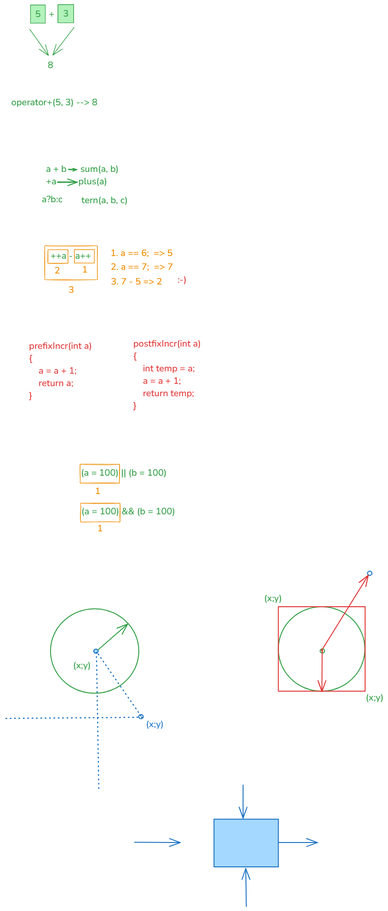
Above: img/03.operators.excalidraw.png in silvercodes/p53_cpp (Excalidraw), before the change. Source tidied: one line per element, renumbered; positions are measured from the earlier drawing's top-left corner, leaving out a move shared by most shapes.
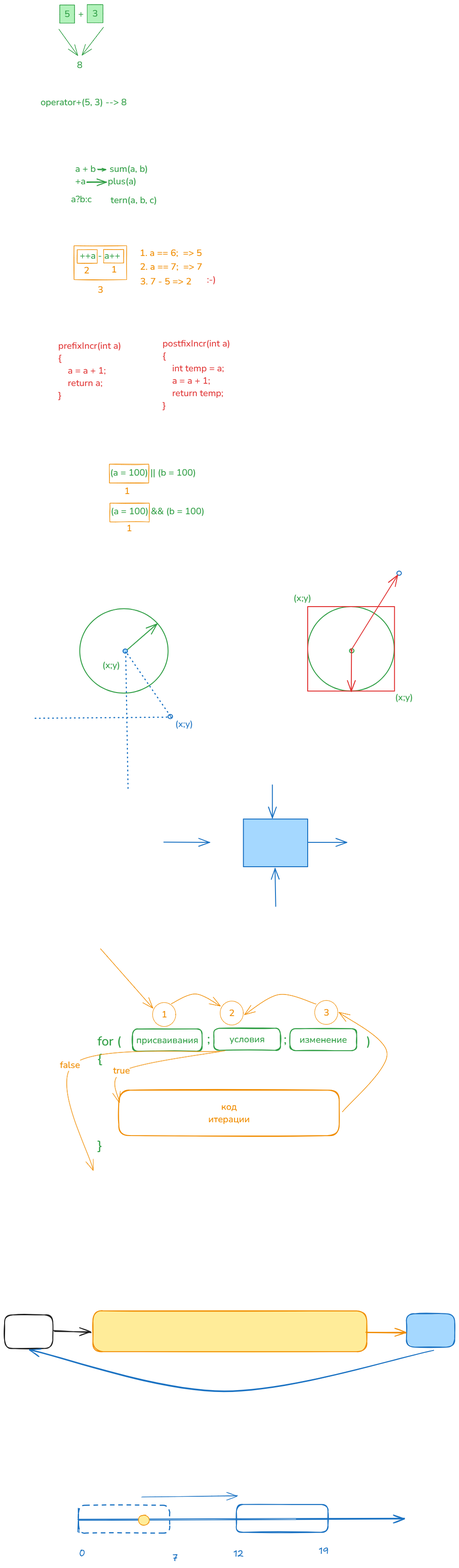
After the commit.

Diff of the diagram source:
```diff
@@ -56,3 +56,44 @@
 {"id": 55, "type": "arrow", "strokeColor": "#1971c2", "backgroundColor": "#a5d8ff", "fillStyle": "solid", "strokeWidth": 2, "strokeStyle": "dotted", "roughness": 0, "round": true, "from": 53, "x": 299, "y": 1550, "width": 299, "height": 3, "points": [[0, 0], [-299, 3]]}
 {"id": 56, "type": "arrow", "strokeColor": "#1971c2", "backgroundColor": "#a5d8ff", "fillStyle": "solid", "strokeWidth": 2, "strokeStyle": "dotted", "roughness": 0, "round": true, "from": 53, "to": 36, "x": 296, "y": 1547, "width": 95, "height": 138, "points": [[0, 0], [-95, -138]]}
 {"id": 57, "type": "text", "text": "(x;y)", "strokeColor": "#1971c2", "strokeWidth": 2, "roughness": 0, "fontSize": 20, "fontFamily": 6, "x": 307, "y": 1552, "width": 39, "height": 27}
+{"id": 58, "type": "text", "text": "for (                                                                         )\n{\n  \n\n\n  \n}", "strokeColor": "#2f9e44", "strokeWidth": 2, "roughness": 1, "fontSize": 28, "fontFamily": 6, "x": 138, "y": 2237, "width": 594, "height": 265}
+{"id": 59, "type": "rectangle", "strokeColor": "#2f9e44", "strokeWidth": 2, "roughness": 1, "round": true, "x": 215, "y": 2229, "width": 151, "height": 48}
+{"id": 60, "type": "text", "text": "присваивания", "strokeColor": "#2f9e44", "strokeWidth": 2, "roughness": 1, "fontSize": 20, "fontFamily": 6, "textAlign": "center", "verticalAlign": "middle", "inside": 59, "x": 223, "y": 2240, "width": 135, "height": 27}
+{"id": 61, "type": "rectangle", "strokeColor": "#2f9e44", "strokeWidth": 2, "roughness": 1, "round": true, "x": 391, "y": 2227, "width": 145, "height": 48}
+{"id": 62, "type": "text", "text": "условия", "strokeColor": "#2f9e44", "strokeWidth": 2, "roughness": 1, "fontSize": 20, "fontFamily": 6, "textAlign": "center", "verticalAlign": "middle", "inside": 61, "x": 425, "y": 2238, "width": 77, "height": 27}
+{"id": 63, "type": "rectangle", "strokeColor": "#2f9e44", "strokeWidth": 2, "roughness": 1, "round": true, "x": 557, "y": 2228, "width": 145, "height": 48}
+{"id": 64, "type": "text", "text": "изменение", "strokeColor": "#2f9e44", "strokeWidth": 2, "roughness": 1, "fontSize": 20, "fontFamily": 6, "textAlign": "center", "verticalAlign": "middle", "inside": 63, "x": 578, "y": 2239, "width": 103, "height": 27}
+{"id": 65, "type": "text", "text": ";", "strokeColor": "#2f9e44", "strokeWidth": 2, "roughness": 1, "fontSize": 28, "fontFamily": 6, "x": 377, "y": 2232, "width": 7, "height": 38}
+{"id": 66, "type": "text", "text": ";", "strokeColor": "#2f9e44", "strokeWidth": 2, "roughness": 1, "fontSize": 28, "fontFamily": 6, "x": 543, "y": 2233, "width": 7, "height": 38}
+{"id": 67, "type": "rectangle", "strokeColor": "#f08c00", "strokeWidth": 2, "roughness": 1, "round": true, "x": 185, "y": 2362, "width": 479, "height": 99}
+{"id": 68, "type": "text", "text": "код\nитерации", "strokeColor": "#f08c00", "strokeWidth": 2, "roughness": 1, "fontSize": 20, "fontFamily": 6, "textAlign": "center", "verticalAlign": "middle", "inside": 67, "x": 379, "y": 2385, "width": 90, "height": 54}
+{"id": 69, "type": "ellipse", "strokeColor": "#f08c00", "strokeWidth": 1, "roughness": 0, "round": true, "x": 258, "y": 2172, "width": 50, "height": 52}
+{"id": 70, "type": "text", "text": "1", "strokeColor": "#f08c00", "strokeWidth": 1, "roughness": 0, "fontSize": 20, "fontFamily": 6, "textAlign": "center", "verticalAlign": "middle", "inside": 69, "x": 278, "y": 2184, "width": 12, "height": 27}
+{"id": 71, "type": "ellipse", "strokeColor": "#f08c00", "strokeWidth": 1, "roughness": 0, "round": true, "x": 405, "y": 2168, "width": 50, "height": 52}
+{"id": 72, "type": "text", "text": "2", "strokeColor": "#f08c00", "strokeWidth": 1, "roughness": 0, "fontSize": 20, "fontFamily": 6, "textAlign": "center", "verticalAlign": "middle", "inside": 71, "x": 425, "y": 2181, "width": 12, "height": 27}
+{"id": 73, "type": "arrow", "strokeColor": "#f08c00", "strokeWidth": 1, "roughness": 0, "endArrowhead": "arrow", "round": true, "from": 69, "to": 71, "x": 298, "y": 2174, "width": 107, "height": 26, "points": [[0, 0], [53, -21], [107, 5]]}
+{"id": 74, "type": "arrow", "strokeColor": "#f08c00", "strokeWidth": 1, "roughness": 0, "endArrowhead": "arrow", "round": true, "from": 61, "to": 67, "x": 412, "y": 2276, "width": 231, "height": 113, "points": [[0, 0], [-221, 44], [-231, 113]]}
+{"id": 75, "type": "text", "text": "true", "strokeColor": "#f08c00", "strokeWidth": 1, "roughness": 0, "fontSize": 20, "fontFamily": 6, "textAlign": "center", "verticalAlign": "middle", "inside": 74, "x": 150, "y": 2227, "width": 36, "height": 27}
+{"id": 76, "type": "arrow", "strokeColor": "#f08c00", "strokeWidth": 1, "roughness": 0, "endArrowhead": "arrow", "round": true, "from": 61, "x": 399, "y": 2277, "width": 320, "height": 260, "points": [[0, 0], [-320, 30], [-276, 260]]}
+{"id": 77, "type": "text", "text": "false", "strokeColor": "#f08c00", "strokeWidth": 1, "roughness": 0, "fontSize": 20, "fontFamily": 6, "textAlign": "center", "verticalAlign": "middle", "inside": 76, "x": 35, "y": 2214, "width": 44, "height": 27}
+{"id": 78, "type": "ellipse", "strokeColor": "#f08c00", "strokeWidth": 1, "roughness": 0, "round": true, "x": 611, "y": 2167, "width": 50, "height": 52}
+{"id": 79, "type": "text", "text": "3", "strokeColor": "#f08c00", "strokeWidth": 1, "roughness": 0, "fontSize": 20, "fontFamily": 6, "textAlign": "center", "verticalAlign": "middle", "inside": 78, "x": 630, "y": 2180, "width": 12, "height": 27}
+{"id": 80, "type": "arrow", "strokeColor": "#f08c00", "strokeWidth": 1, "roughness": 0, "endArrowhead": "arrow", "round": true, "from": 67, "to": 78, "x": 671, "y": 2410, "width": 104, "height": 217, "points": [[0, 0], [97, -127], [-7, -217]]}
+{"id": 81, "type": "arrow", "strokeColor": "#f08c00", "strokeWidth": 1, "roughness": 0, "endArrowhead": "arrow", "round": true, "from": 78, "to": 71, "x": 614, "y": 2175, "width": 156, "height": 44, "points": [[0, 0], [-81, -21], [-156, 23]]}
+{"id": 82, "type": "arrow", "strokeColor": "#f08c00", "strokeWidth": 1, "roughness": 0, "endArrowhead": "arrow", "round": true, "to": 69, "x": 145, "y": 2054, "width": 114, "height": 130, "points": [[0, 0], [114, 130]]}
+{"id": 83, "type": "rectangle", "strokeColor": "#1e1e1e", "strokeWidth": 2, "roughness": 1, "round": true, "x": -64, "y": 2851, "width": 105, "height": 73}
+{"id": 84, "type": "arrow", "strokeColor": "#1e1e1e", "strokeWidth": 2, "roughness": 1, "endArrowhead": "arrow", "round": true, "from": 83, "x": 44, "y": 2886, "width": 81, "height": 2, "points": [[0, 0], [81, 2]]}
+{"id": 85, "type": "rectangle", "strokeColor": "#f08c00", "backgroundColor": "#ffec99", "fillStyle": "solid", "strokeWidth": 2, "roughness": 1, "round": true, "x": 128, "y": 2842, "width": 596, "height": 89}
+{"id": 86, "type": "rectangle", "strokeColor": "#1971c2", "backgroundColor": "#a5d8ff", "fillStyle": "solid", "strokeWidth": 2, "roughness": 1, "round": true, "x": 810, "y": 2849, "width": 105, "height": 73}
+{"id": 87, "type": "arrow", "strokeColor": "#f08c00", "backgroundColor": "#ffec99", "fillStyle": "solid", "strokeWidth": 2, "roughness": 1, "endArrowhead": "arrow", "round": true, "from": 85, "to": 86, "x": 723, "y": 2889, "width": 87, "height": 1, "points": [[0, 0], [87, 1]]}
+{"id": 88, "type": "arrow", "strokeColor": "#1971c2", "backgroundColor": "#a5d8ff", "fillStyle": "solid", "strokeWidth": 2, "roughness": 1, "endArrowhead": "arrow", "round": true, "from": 86, "to": 83, "x": 868, "y": 2928, "width": 877, "height": 89, "points": [[0, 0], [-453, 89], [-877, 0]]}
+{"id": 89, "type": "arrow", "strokeColor": "#1971c2", "backgroundColor": "#a5d8ff", "fillStyle": "solid", "strokeWidth": 2, "roughness": 1, "endArrowhead": "arrow", "round": true, "x": 96, "y": 3297, "width": 708, "height": 3, "points": [[0, 0], [708, -3]]}
+{"id": 90, "type": "line", "strokeColor": "#1971c2", "backgroundColor": "#a5d8ff", "fillStyle": "solid", "strokeWidth": 2, "roughness": 1, "round": true, "x": 96, "y": 3272, "width": 0, "height": 52, "points": [[0, 0], [0, 52]]}
+{"id": 91, "type": "rectangle", "strokeColor": "#1971c2", "strokeWidth": 2, "roughness": 1, "round": true, "x": 440, "y": 3264, "width": 199, "height": 60}
+{"id": 92, "type": "rectangle", "strokeColor": "#1971c2", "strokeWidth": 2, "strokeStyle": "dashed", "roughness": 1, "round": true, "x": 97, "y": 3266, "width": 198, "height": 60}
+{"id": 93, "type": "arrow", "strokeColor": "#1971c2", "strokeWidth": 1, "roughness": 1, "endArrowhead": "arrow", "round": true, "x": 234, "y": 3247, "width": 210, "height": 3, "points": [[0, 0], [210, -3]]}
+{"id": 94, "type": "text", "text": "12", "strokeColor": "#1971c2", "strokeWidth": 1, "roughness": 1, "fontSize": 20, "fontFamily": 5, "x": 434, "y": 3359, "width": 23, "height": 25}
+{"id": 95, "type": "text", "text": "19", "strokeColor": "#1971c2", "strokeWidth": 1, "roughness": 1, "fontSize": 20, "fontFamily": 5, "x": 620, "y": 3354, "width": 21, "height": 25}
+{"id": 96, "type": "text", "text": "0", "strokeColor": "#1971c2", "strokeWidth": 1, "roughness": 1, "fontSize": 20, "fontFamily": 5, "x": 98, "y": 3358, "width": 13, "height": 25}
+{"id": 97, "type": "text", "text": "7", "strokeColor": "#1971c2", "strokeWidth": 1, "roughness": 1, "fontSize": 20, "fontFamily": 5, "x": 302, "y": 3368, "width": 11, "height": 25}
+{"id": 98, "type": "ellipse", "strokeColor": "#f08c00", "backgroundColor": "#ffec99", "fillStyle": "solid", "strokeWidth": 1, "roughness": 1, "round": true, "x": 227, "y": 3287, "width": 24, "height": 22}
```
